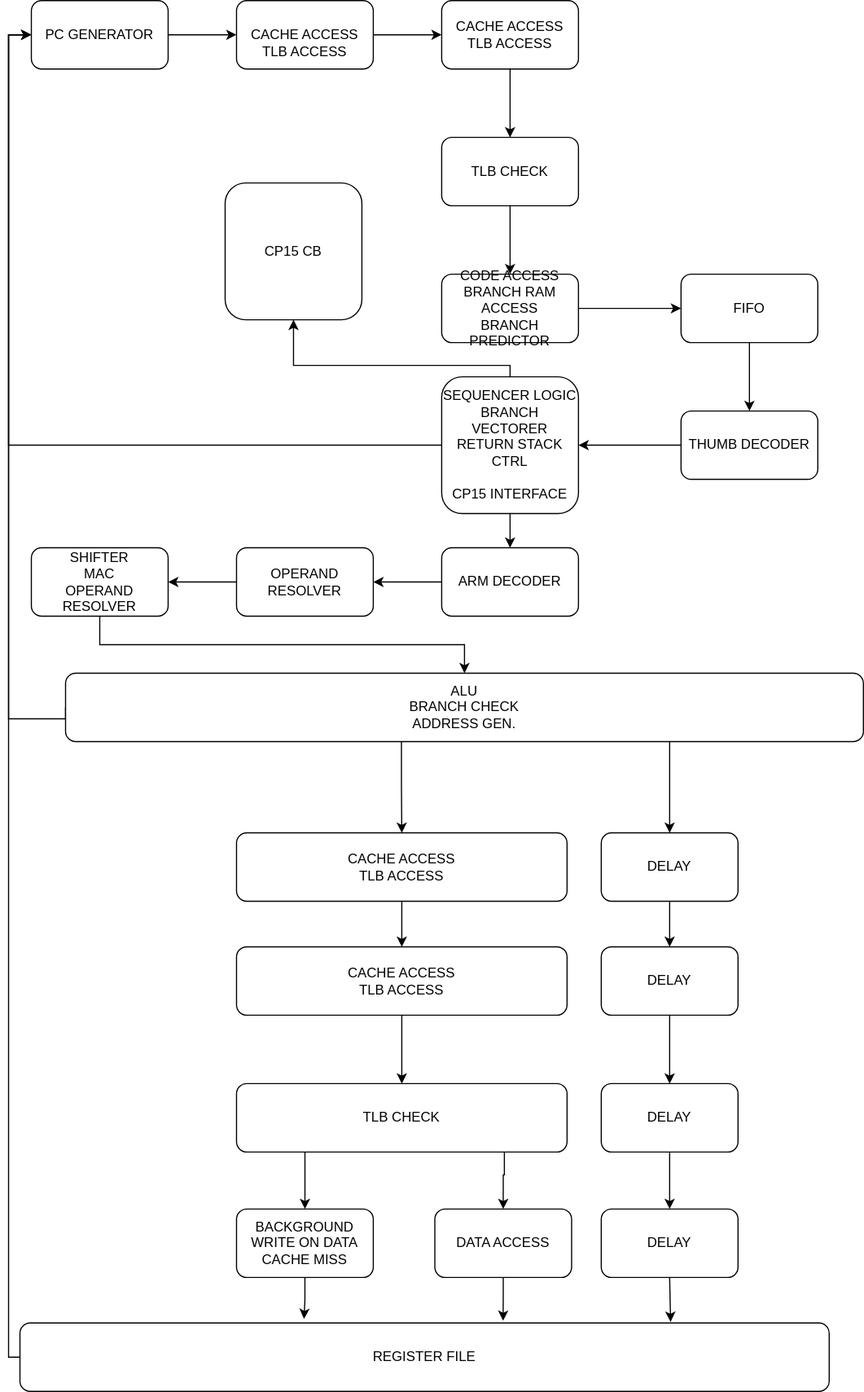
This is Pipeline.drawio.svg from krevanth/ZAP, a draw.io export, as it was before one commit. Source tidied: cells renumbered, new cells last; positions are measured from the earlier drawing's top-left corner, leaving out a move shared by most shapes. The source it was exported from:
```xml
<mxGraphModel>
  <root>
    <mxCell id="0" />
    <mxCell id="1" parent="0" />
    <mxCell id="2" style="edgeStyle=orthogonalEdgeStyle;rounded=0;jettySize=auto;html=1;" parent="1" edge="1" source="3" target="5">
      <mxGeometry relative="1" as="geometry" />
    </mxCell>
    <mxCell id="3" value="PC GENERATOR" style="rounded=1;whiteSpace=wrap;html=1;" parent="1" vertex="1">
      <mxGeometry x="20" width="120" height="60" as="geometry" />
    </mxCell>
    <mxCell id="4" style="edgeStyle=orthogonalEdgeStyle;rounded=0;jettySize=auto;html=1;" parent="1" edge="1" source="5" target="7">
      <mxGeometry relative="1" as="geometry" />
    </mxCell>
    <mxCell id="5" value="&lt;div&gt;&lt;br&gt;&lt;/div&gt;&lt;div&gt;CACHE ACCESS&lt;/div&gt;&lt;div&gt;TLB ACCESS&lt;br&gt;&lt;/div&gt;" style="rounded=1;whiteSpace=wrap;html=1;" parent="1" vertex="1">
      <mxGeometry x="200" width="120" height="60" as="geometry" />
    </mxCell>
    <mxCell id="6" style="edgeStyle=orthogonalEdgeStyle;rounded=0;jettySize=auto;html=1;" parent="1" edge="1" source="7" target="9">
      <mxGeometry relative="1" as="geometry" />
    </mxCell>
    <mxCell id="7" value="&lt;div&gt;CACHE ACCESS &lt;br&gt;&lt;/div&gt;&lt;div&gt;TLB ACCESS&lt;br&gt;&lt;/div&gt;" style="rounded=1;whiteSpace=wrap;html=1;" parent="1" vertex="1">
      <mxGeometry x="380" width="120" height="60" as="geometry" />
    </mxCell>
    <mxCell id="8" style="edgeStyle=orthogonalEdgeStyle;rounded=0;jettySize=auto;html=1;" parent="1" edge="1" source="9" target="11">
      <mxGeometry relative="1" as="geometry" />
    </mxCell>
    <mxCell id="9" value="TLB CHECK" style="rounded=1;whiteSpace=wrap;html=1;" parent="1" vertex="1">
      <mxGeometry x="380" y="120" width="120" height="60" as="geometry" />
    </mxCell>
    <mxCell id="10" style="edgeStyle=orthogonalEdgeStyle;rounded=0;jettySize=auto;html=1;" parent="1" edge="1" source="11" target="13">
      <mxGeometry relative="1" as="geometry" />
    </mxCell>
    <mxCell id="11" value="&lt;div&gt;&lt;br&gt;&lt;/div&gt;&lt;div&gt;CODE ACCESS&lt;br&gt;&lt;/div&gt;&lt;div&gt;BRANCH RAM ACCESS&lt;br&gt;&lt;/div&gt;&lt;div&gt;BRANCH PREDICTOR&lt;/div&gt;&lt;div&gt;&lt;br&gt;&lt;/div&gt;" style="rounded=1;whiteSpace=wrap;html=1;" parent="1" vertex="1">
      <mxGeometry x="380" y="240" width="120" height="60" as="geometry" />
    </mxCell>
    <mxCell id="12" style="edgeStyle=orthogonalEdgeStyle;rounded=0;jettySize=auto;html=1;" parent="1" edge="1" source="13" target="15">
      <mxGeometry relative="1" as="geometry" />
    </mxCell>
    <mxCell id="13" value="FIFO" style="rounded=1;whiteSpace=wrap;html=1;" parent="1" vertex="1">
      <mxGeometry x="590" y="240" width="120" height="60" as="geometry" />
    </mxCell>
    <mxCell id="14" style="edgeStyle=orthogonalEdgeStyle;rounded=0;jettySize=auto;html=1;" parent="1" edge="1" source="15" target="19">
      <mxGeometry relative="1" as="geometry" />
    </mxCell>
    <mxCell id="15" value="THUMB DECODER" style="rounded=1;whiteSpace=wrap;html=1;" parent="1" vertex="1">
      <mxGeometry x="590" y="360" width="120" height="60" as="geometry" />
    </mxCell>
    <mxCell id="16" style="edgeStyle=orthogonalEdgeStyle;rounded=0;jettySize=auto;html=1;exitX=0;exitY=0.5;exitDx=0;exitDy=0;entryX=0;entryY=0.5;entryDx=0;entryDy=0;" parent="1" edge="1" source="19" target="3">
      <mxGeometry relative="1" as="geometry" />
    </mxCell>
    <mxCell id="17" style="edgeStyle=orthogonalEdgeStyle;rounded=0;jettySize=auto;html=1;" parent="1" edge="1" source="19" target="21">
      <mxGeometry relative="1" as="geometry" />
    </mxCell>
    <mxCell id="18" style="edgeStyle=orthogonalEdgeStyle;rounded=0;jettySize=auto;html=1;exitX=0.5;exitY=0;exitDx=0;exitDy=0;entryX=0.5;entryY=1;entryDx=0;entryDy=0;startArrow=none;startFill=0;" parent="1" edge="1" source="19" target="22">
      <mxGeometry relative="1" as="geometry">
        <Array as="points">
          <mxPoint x="440" y="320" />
          <mxPoint x="250" y="320" />
        </Array>
      </mxGeometry>
    </mxCell>
    <mxCell id="19" value="&lt;div&gt;SEQUENCER LOGIC&lt;/div&gt;&lt;div&gt;BRANCH VECTORER&lt;/div&gt;&lt;div&gt;RETURN STACK CTRL&lt;br&gt;&lt;/div&gt;&lt;div&gt;&lt;br&gt;&lt;/div&gt;&lt;div&gt;CP15 INTERFACE&lt;br&gt;&lt;/div&gt;" style="rounded=1;whiteSpace=wrap;html=1;" parent="1" vertex="1">
      <mxGeometry x="380" y="330" width="120" height="120" as="geometry" />
    </mxCell>
    <mxCell id="20" style="edgeStyle=orthogonalEdgeStyle;rounded=0;jettySize=auto;html=1;startArrow=none;startFill=0;" parent="1" edge="1" source="21" target="24">
      <mxGeometry relative="1" as="geometry" />
    </mxCell>
    <mxCell id="21" value="ARM DECODER" style="rounded=1;whiteSpace=wrap;html=1;" parent="1" vertex="1">
      <mxGeometry x="380" y="480" width="120" height="60" as="geometry" />
    </mxCell>
    <mxCell id="22" value="CP15 CB" style="rounded=1;whiteSpace=wrap;html=1;" parent="1" vertex="1">
      <mxGeometry x="190" y="160" width="120" height="120" as="geometry" />
    </mxCell>
    <mxCell id="23" style="edgeStyle=orthogonalEdgeStyle;rounded=0;jettySize=auto;html=1;startArrow=none;startFill=0;" parent="1" edge="1" source="24" target="26">
      <mxGeometry relative="1" as="geometry" />
    </mxCell>
    <mxCell id="24" value="OPERAND RESOLVER" style="rounded=1;whiteSpace=wrap;html=1;" parent="1" vertex="1">
      <mxGeometry x="200" y="480" width="120" height="60" as="geometry" />
    </mxCell>
    <mxCell id="25" style="edgeStyle=orthogonalEdgeStyle;rounded=0;jettySize=auto;html=1;startArrow=none;startFill=0;" parent="1" edge="1" source="26" target="30">
      <mxGeometry relative="1" as="geometry" />
    </mxCell>
    <mxCell id="26" value="&lt;div&gt;SHIFTER&lt;/div&gt;&lt;div&gt;MAC&lt;/div&gt;&lt;div&gt;OPERAND RESOLVER&lt;br&gt;&lt;/div&gt;" style="rounded=1;whiteSpace=wrap;html=1;" parent="1" vertex="1">
      <mxGeometry x="20" y="480" width="120" height="60" as="geometry" />
    </mxCell>
    <mxCell id="27" style="edgeStyle=orthogonalEdgeStyle;rounded=0;jettySize=auto;html=1;startArrow=none;startFill=0;exitX=0.421;exitY=1.002;exitDx=0;exitDy=0;exitPerimeter=0;" parent="1" edge="1" source="30" target="32">
      <mxGeometry relative="1" as="geometry" />
    </mxCell>
    <mxCell id="28" style="edgeStyle=orthogonalEdgeStyle;rounded=0;jettySize=auto;html=1;exitX=0;exitY=0.5;exitDx=0;exitDy=0;entryX=0;entryY=0.5;entryDx=0;entryDy=0;startArrow=none;startFill=0;" parent="1" edge="1" source="30" target="3">
      <mxGeometry relative="1" as="geometry">
        <Array as="points">
          <mxPoint y="630" />
          <mxPoint y="30" />
        </Array>
      </mxGeometry>
    </mxCell>
    <mxCell id="29" style="edgeStyle=orthogonalEdgeStyle;rounded=0;jettySize=auto;html=1;startArrow=none;startFill=0;" parent="1" edge="1" target="45">
      <mxGeometry relative="1" as="geometry">
        <mxPoint x="580" y="650" as="sourcePoint" />
      </mxGeometry>
    </mxCell>
    <mxCell id="30" value="&lt;div&gt;ALU&lt;/div&gt;&lt;div&gt;BRANCH CHECK&lt;/div&gt;&lt;div&gt;ADDRESS GEN.&lt;br&gt;&lt;/div&gt;" style="rounded=1;whiteSpace=wrap;html=1;" parent="1" vertex="1">
      <mxGeometry x="50" y="590" width="700" height="60" as="geometry" />
    </mxCell>
    <mxCell id="31" style="edgeStyle=orthogonalEdgeStyle;rounded=0;jettySize=auto;html=1;startArrow=none;startFill=0;" parent="1" edge="1" source="32" target="34">
      <mxGeometry relative="1" as="geometry" />
    </mxCell>
    <mxCell id="32" value="&lt;div&gt;CACHE ACCESS&lt;/div&gt;&lt;div&gt;TLB ACCESS&lt;br&gt;&lt;/div&gt;" style="rounded=1;whiteSpace=wrap;html=1;" parent="1" vertex="1">
      <mxGeometry x="200" y="730" width="290" height="60" as="geometry" />
    </mxCell>
    <mxCell id="33" style="edgeStyle=orthogonalEdgeStyle;rounded=0;jettySize=auto;html=1;startArrow=none;startFill=0;" parent="1" edge="1" source="34" target="36">
      <mxGeometry relative="1" as="geometry" />
    </mxCell>
    <mxCell id="34" value="&lt;div&gt;CACHE ACCESS&lt;/div&gt;&lt;div&gt;TLB ACCESS&lt;br&gt;&lt;/div&gt;" style="rounded=1;whiteSpace=wrap;html=1;" parent="1" vertex="1">
      <mxGeometry x="200" y="830" width="290" height="60" as="geometry" />
    </mxCell>
    <mxCell id="35" style="edgeStyle=orthogonalEdgeStyle;rounded=0;jettySize=auto;html=1;startArrow=none;startFill=0;" parent="1" edge="1" source="36" target="39">
      <mxGeometry relative="1" as="geometry">
        <Array as="points">
          <mxPoint x="435" y="1030" />
          <mxPoint x="434" y="1030" />
        </Array>
      </mxGeometry>
    </mxCell>
    <mxCell id="36" value="TLB CHECK" style="rounded=1;whiteSpace=wrap;html=1;" parent="1" vertex="1">
      <mxGeometry x="200" y="950" width="290" height="60" as="geometry" />
    </mxCell>
    <mxCell id="37" style="edgeStyle=orthogonalEdgeStyle;rounded=0;jettySize=auto;html=1;startArrow=none;startFill=0;entryX=0.597;entryY=-0.033;entryDx=0;entryDy=0;entryPerimeter=0;" parent="1" edge="1" source="39" target="41">
      <mxGeometry relative="1" as="geometry" />
    </mxCell>
    <mxCell id="38" style="edgeStyle=orthogonalEdgeStyle;rounded=0;jettySize=auto;html=1;startArrow=none;startFill=0;exitX=0.207;exitY=1;exitDx=0;exitDy=0;exitPerimeter=0;" parent="1" edge="1" source="36" target="43">
      <mxGeometry relative="1" as="geometry" />
    </mxCell>
    <mxCell id="39" value="DATA ACCESS" style="rounded=1;whiteSpace=wrap;html=1;" parent="1" vertex="1">
      <mxGeometry x="374" y="1060" width="120" height="60" as="geometry" />
    </mxCell>
    <mxCell id="40" style="edgeStyle=orthogonalEdgeStyle;rounded=0;jettySize=auto;html=1;exitX=0;exitY=0.5;exitDx=0;exitDy=0;entryX=0;entryY=0.5;entryDx=0;entryDy=0;startArrow=none;startFill=0;" parent="1" edge="1" source="41" target="3">
      <mxGeometry relative="1" as="geometry">
        <Array as="points">
          <mxPoint y="1190" />
          <mxPoint y="30" />
        </Array>
      </mxGeometry>
    </mxCell>
    <mxCell id="41" value="REGISTER FILE" style="rounded=1;whiteSpace=wrap;html=1;" parent="1" vertex="1">
      <mxGeometry x="10" y="1160" width="710" height="60" as="geometry" />
    </mxCell>
    <mxCell id="42" style="edgeStyle=orthogonalEdgeStyle;rounded=0;jettySize=auto;html=1;startArrow=none;startFill=0;entryX=0.351;entryY=-0.061;entryDx=0;entryDy=0;entryPerimeter=0;" parent="1" edge="1" source="43" target="41">
      <mxGeometry relative="1" as="geometry" />
    </mxCell>
    <mxCell id="43" value="BACKGROUND WRITE ON DATA CACHE MISS" style="rounded=1;whiteSpace=wrap;html=1;" parent="1" vertex="1">
      <mxGeometry x="200" y="1060" width="120" height="60" as="geometry" />
    </mxCell>
    <mxCell id="44" style="edgeStyle=orthogonalEdgeStyle;rounded=0;jettySize=auto;html=1;exitX=0.5;exitY=1;exitDx=0;exitDy=0;entryX=0.5;entryY=0;entryDx=0;entryDy=0;startArrow=none;startFill=0;" parent="1" edge="1" source="45" target="47">
      <mxGeometry relative="1" as="geometry" />
    </mxCell>
    <mxCell id="45" value="DELAY" style="rounded=1;whiteSpace=wrap;html=1;" parent="1" vertex="1">
      <mxGeometry x="520" y="730" width="120" height="60" as="geometry" />
    </mxCell>
    <mxCell id="46" style="edgeStyle=orthogonalEdgeStyle;rounded=0;jettySize=auto;html=1;exitX=0.5;exitY=1;exitDx=0;exitDy=0;startArrow=none;startFill=0;" parent="1" edge="1" source="47" target="49">
      <mxGeometry relative="1" as="geometry" />
    </mxCell>
    <mxCell id="47" value="DELAY" style="rounded=1;whiteSpace=wrap;html=1;" parent="1" vertex="1">
      <mxGeometry x="520" y="830" width="120" height="60" as="geometry" />
    </mxCell>
    <mxCell id="48" style="edgeStyle=orthogonalEdgeStyle;rounded=0;jettySize=auto;html=1;exitX=0.5;exitY=1;exitDx=0;exitDy=0;entryX=0.5;entryY=0;entryDx=0;entryDy=0;startArrow=none;startFill=0;" parent="1" edge="1" source="49" target="51">
      <mxGeometry relative="1" as="geometry" />
    </mxCell>
    <mxCell id="49" value="DELAY" style="rounded=1;whiteSpace=wrap;html=1;" parent="1" vertex="1">
      <mxGeometry x="520" y="950" width="120" height="60" as="geometry" />
    </mxCell>
    <mxCell id="50" style="edgeStyle=orthogonalEdgeStyle;rounded=0;jettySize=auto;html=1;exitX=0.5;exitY=1;exitDx=0;exitDy=0;entryX=0.804;entryY=-0.017;entryDx=0;entryDy=0;entryPerimeter=0;startArrow=none;startFill=0;" parent="1" edge="1" source="51" target="41">
      <mxGeometry relative="1" as="geometry" />
    </mxCell>
    <mxCell id="51" value="DELAY" style="rounded=1;whiteSpace=wrap;html=1;" parent="1" vertex="1">
      <mxGeometry x="520" y="1060" width="120" height="60" as="geometry" />
    </mxCell>
  </root>
</mxGraphModel>
```
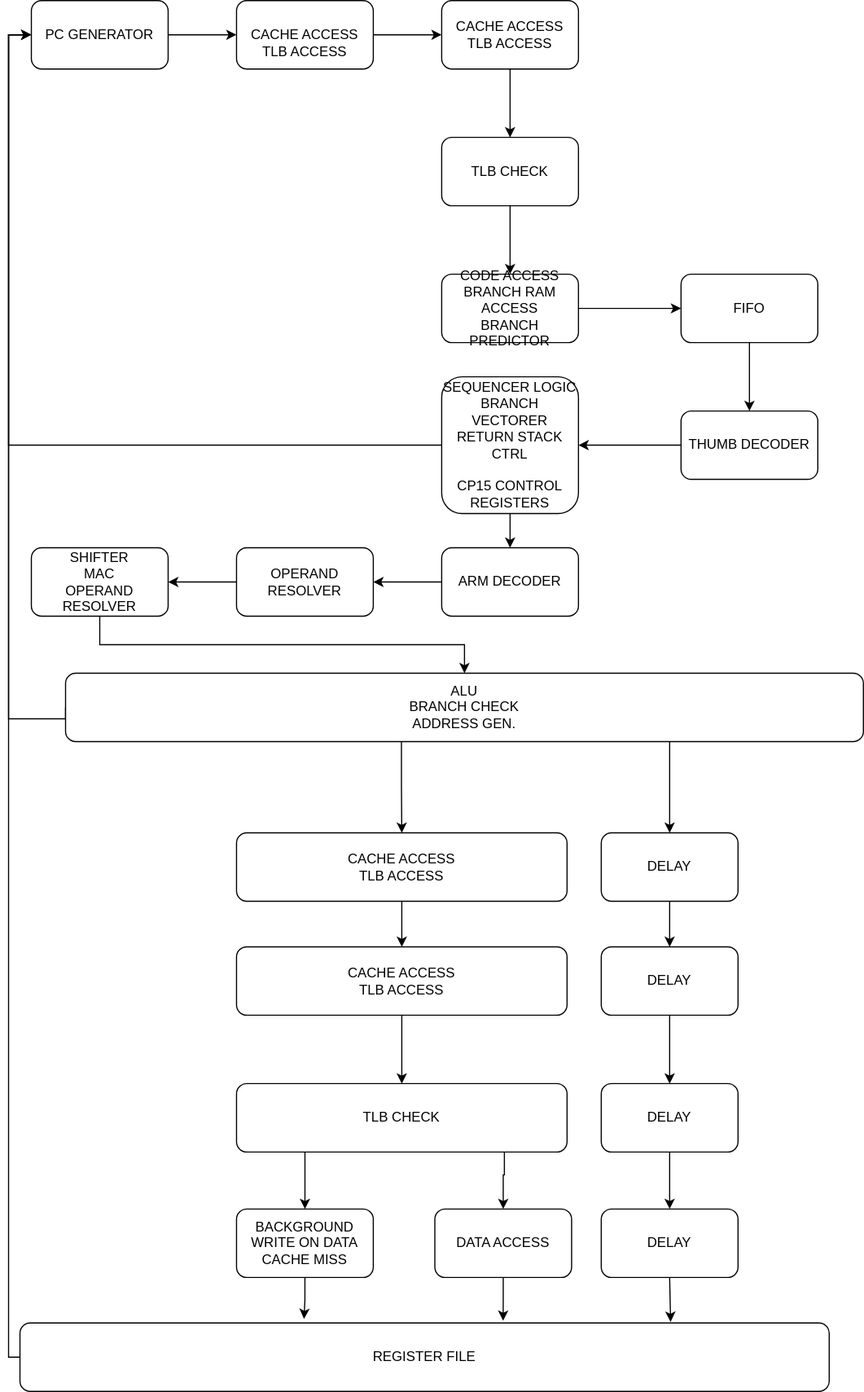
After the commit.

Diff of the diagram source:
```diff
@@ -50,15 +50,7 @@
     <mxCell id="17" style="edgeStyle=orthogonalEdgeStyle;rounded=0;jettySize=auto;html=1;" parent="1" edge="1" source="19" target="21">
       <mxGeometry relative="1" as="geometry" />
     </mxCell>
-    <mxCell id="18" style="edgeStyle=orthogonalEdgeStyle;rounded=0;jettySize=auto;html=1;exitX=0.5;exitY=0;exitDx=0;exitDy=0;entryX=0.5;entryY=1;entryDx=0;entryDy=0;startArrow=none;startFill=0;" parent="1" edge="1" source="19" target="22">
-      <mxGeometry relative="1" as="geometry">
-        <Array as="points">
-          <mxPoint x="440" y="320" />
-          <mxPoint x="250" y="320" />
-        </Array>
-      </mxGeometry>
-    </mxCell>
-    <mxCell id="19" value="&lt;div&gt;SEQUENCER LOGIC&lt;/div&gt;&lt;div&gt;BRANCH VECTORER&lt;/div&gt;&lt;div&gt;RETURN STACK CTRL&lt;br&gt;&lt;/div&gt;&lt;div&gt;&lt;br&gt;&lt;/div&gt;&lt;div&gt;CP15 INTERFACE&lt;br&gt;&lt;/div&gt;" style="rounded=1;whiteSpace=wrap;html=1;" parent="1" vertex="1">
+    <mxCell id="19" value="&lt;div&gt;SEQUENCER LOGIC&lt;/div&gt;&lt;div&gt;BRANCH VECTORER&lt;/div&gt;&lt;div&gt;RETURN STACK CTRL&lt;br&gt;&lt;/div&gt;&lt;div&gt;&lt;br&gt;&lt;/div&gt;&lt;div&gt;CP15 CONTROL REGISTERS&lt;br&gt;&lt;/div&gt;" style="rounded=1;whiteSpace=wrap;html=1;" parent="1" vertex="1">
       <mxGeometry x="380" y="330" width="120" height="120" as="geometry" />
     </mxCell>
     <mxCell id="20" style="edgeStyle=orthogonalEdgeStyle;rounded=0;jettySize=auto;html=1;startArrow=none;startFill=0;" parent="1" edge="1" source="21" target="24">
@@ -67,9 +59,6 @@
     <mxCell id="21" value="ARM DECODER" style="rounded=1;whiteSpace=wrap;html=1;" parent="1" vertex="1">
       <mxGeometry x="380" y="480" width="120" height="60" as="geometry" />
     </mxCell>
-    <mxCell id="22" value="CP15 CB" style="rounded=1;whiteSpace=wrap;html=1;" parent="1" vertex="1">
-      <mxGeometry x="190" y="160" width="120" height="120" as="geometry" />
-    </mxCell>
     <mxCell id="23" style="edgeStyle=orthogonalEdgeStyle;rounded=0;jettySize=auto;html=1;startArrow=none;startFill=0;" parent="1" edge="1" source="24" target="26">
       <mxGeometry relative="1" as="geometry" />
     </mxCell>
```
